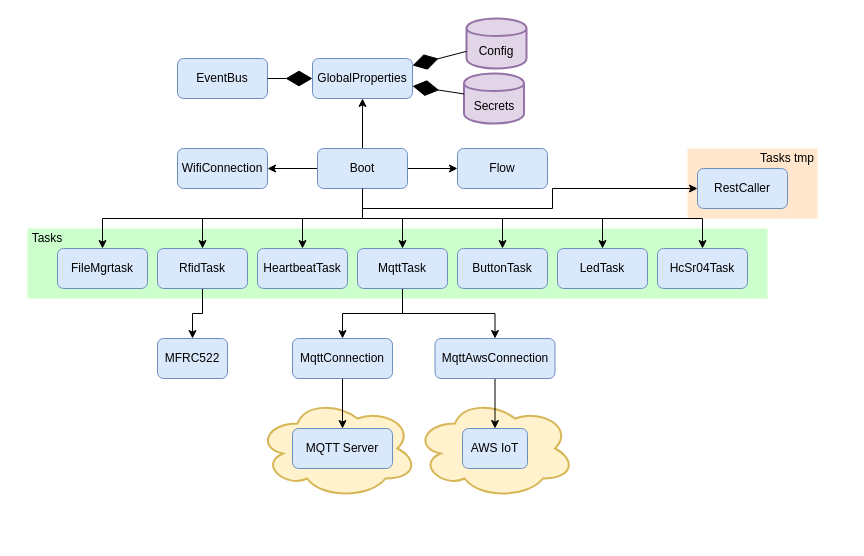
Before: docs/uml/overview.drawio in miman/esp32_util, a draw.io diagram. Source tidied: cells renumbered, new cells numbered last; positions are measured from the earlier drawing's top-left corner, leaving out a move shared by most shapes. Both pictures are drawn from the tidied source at 100%, with x=0, y=0 at pixel (27, 18).
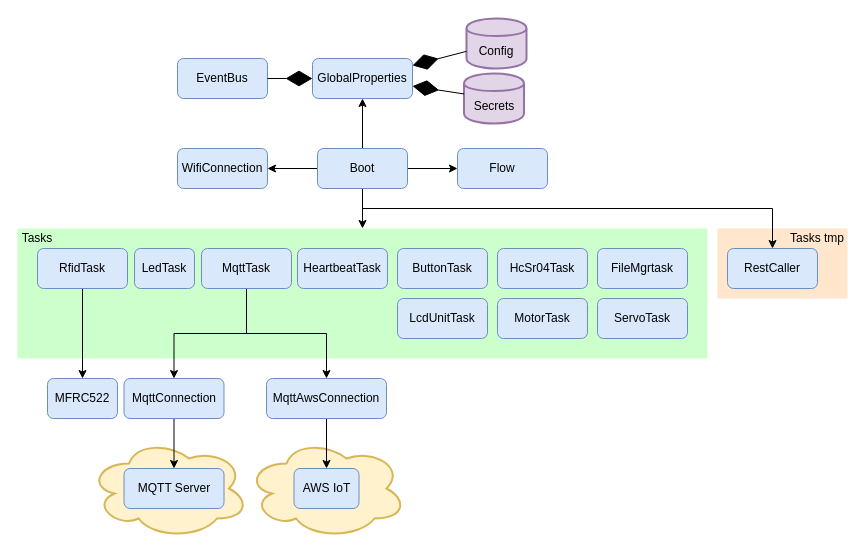
The same diagram, later.

Unchanged cells that the change refers to:
```xml
<mxCell id="18" value="Boot" style="rounded=1;whiteSpace=wrap;html=1;fillColor=#dae8fc;strokeColor=#6c8ebf;" parent="1" vertex="1">
  <mxGeometry x="290" y="130" width="90" height="40" as="geometry" />
</mxCell>
```

The edit, as a diff of the source:
```diff
@@
     <mxCell id="2" style="rounded=0;whiteSpace=wrap;html=1;strokeColor=none;strokeWidth=2;fillColor=#ffe6cc;" parent="1" vertex="1">
-      <mxGeometry x="660" y="130" width="130" height="70" as="geometry" />
+      <mxGeometry x="690" y="210" width="130" height="70" as="geometry" />
     </mxCell>
     <mxCell id="3" style="ellipse;shape=cloud;whiteSpace=wrap;html=1;strokeColor=#d6b656;strokeWidth=2;fillColor=#fff2cc;" parent="1" vertex="1">
-      <mxGeometry x="387.5" y="380" width="160" height="100" as="geometry" />
+      <mxGeometry x="219" y="420" width="160" height="100" as="geometry" />
     </mxCell>
     <mxCell id="4" style="ellipse;shape=cloud;whiteSpace=wrap;html=1;strokeColor=#d6b656;strokeWidth=2;fillColor=#fff2cc;" parent="1" vertex="1">
-      <mxGeometry x="230" y="380" width="160" height="100" as="geometry" />
+      <mxGeometry x="61.5" y="420" width="160" height="100" as="geometry" />
     </mxCell>
     <mxCell id="5" style="rounded=0;whiteSpace=wrap;html=1;strokeColor=none;strokeWidth=2;fillColor=#CCFFCC;" parent="1" vertex="1">
-      <mxGeometry y="210" width="740" height="70" as="geometry" />
+      <mxGeometry x="-10" y="210" width="690" height="130" as="geometry" />
     </mxCell>
@@
-    <mxCell id="11" style="edgeStyle=orthogonalEdgeStyle;rounded=0;jettySize=auto;html=1;entryX=0.5;entryY=0;entryDx=0;entryDy=0;" parent="1" edge="1" source="18" target="22">
-      <mxGeometry relative="1" as="geometry" />
-    </mxCell>
-    <mxCell id="12" style="edgeStyle=orthogonalEdgeStyle;rounded=0;jettySize=auto;html=1;exitX=0.5;exitY=1;exitDx=0;exitDy=0;" parent="1" edge="1" source="18" target="28">
-      <mxGeometry relative="1" as="geometry" />
-    </mxCell>
-    <mxCell id="13" style="edgeStyle=orthogonalEdgeStyle;rounded=0;jettySize=auto;html=1;exitX=0.5;exitY=1;exitDx=0;exitDy=0;" parent="1" edge="1" source="18" target="29">
-      <mxGeometry relative="1" as="geometry" />
-    </mxCell>
-    <mxCell id="14" style="edgeStyle=orthogonalEdgeStyle;rounded=0;jettySize=auto;html=1;exitX=0.5;exitY=1;exitDx=0;exitDy=0;" parent="1" edge="1" source="18" target="25">
+    <mxCell id="14" style="edgeStyle=orthogonalEdgeStyle;rounded=0;jettySize=auto;html=1;exitX=0.5;exitY=1;exitDx=0;exitDy=0;" parent="1" edge="1" source="18" target="5">
       <mxGeometry relative="1" as="geometry" />
     </mxCell>
-    <mxCell id="15" style="edgeStyle=orthogonalEdgeStyle;rounded=0;jettySize=auto;html=1;exitX=0.5;exitY=1;exitDx=0;exitDy=0;" parent="1" edge="1" source="18" target="27">
-      <mxGeometry relative="1" as="geometry" />
-    </mxCell>
-    <mxCell id="16" style="edgeStyle=orthogonalEdgeStyle;rounded=0;jettySize=auto;html=1;exitX=0.5;exitY=1;exitDx=0;exitDy=0;" parent="1" edge="1" source="18" target="30">
-      <mxGeometry relative="1" as="geometry" />
-    </mxCell>
     <mxCell id="17" style="edgeStyle=orthogonalEdgeStyle;rounded=0;jettySize=auto;html=1;exitX=0.5;exitY=1;exitDx=0;exitDy=0;" parent="1" edge="1" source="18" target="38">
-      <mxGeometry relative="1" as="geometry" />
+      <mxGeometry relative="1" as="geometry">
+        <Array as="points">
+          <mxPoint x="335" y="190" />
+          <mxPoint x="745" y="190" />
+        </Array>
+      </mxGeometry>
     </mxCell>
@@
     <mxCell id="22" value="HeartbeatTask" style="rounded=1;whiteSpace=wrap;html=1;fillColor=#dae8fc;strokeColor=#6c8ebf;" parent="1" vertex="1">
-      <mxGeometry x="230" y="230" width="90" height="40" as="geometry" />
+      <mxGeometry x="270" y="230" width="90" height="40" as="geometry" />
     </mxCell>
@@
     <mxCell id="25" value="MqttTask" style="rounded=1;whiteSpace=wrap;html=1;fillColor=#dae8fc;strokeColor=#6c8ebf;" parent="1" vertex="1">
-      <mxGeometry x="330" y="230" width="90" height="40" as="geometry" />
+      <mxGeometry x="174" y="230" width="90" height="40" as="geometry" />
     </mxCell>
@@
     <mxCell id="27" value="RfidTask" style="rounded=1;whiteSpace=wrap;html=1;fillColor=#dae8fc;strokeColor=#6c8ebf;" parent="1" vertex="1">
-      <mxGeometry x="130" y="230" width="90" height="40" as="geometry" />
+      <mxGeometry x="10" y="230" width="90" height="40" as="geometry" />
     </mxCell>
     <mxCell id="28" value="ButtonTask" style="rounded=1;whiteSpace=wrap;html=1;fillColor=#dae8fc;strokeColor=#6c8ebf;" parent="1" vertex="1">
-      <mxGeometry x="430" y="230" width="90" height="40" as="geometry" />
+      <mxGeometry x="370" y="230" width="90" height="40" as="geometry" />
     </mxCell>
     <mxCell id="29" value="LedTask" style="rounded=1;whiteSpace=wrap;html=1;fillColor=#dae8fc;strokeColor=#6c8ebf;" parent="1" vertex="1">
-      <mxGeometry x="530" y="230" width="90" height="40" as="geometry" />
+      <mxGeometry x="107" y="230" width="60" height="40" as="geometry" />
     </mxCell>
     <mxCell id="30" value="FileMgrtask" style="rounded=1;whiteSpace=wrap;html=1;fillColor=#dae8fc;strokeColor=#6c8ebf;" parent="1" vertex="1">
-      <mxGeometry x="30" y="230" width="90" height="40" as="geometry" />
+      <mxGeometry x="570" y="230" width="90" height="40" as="geometry" />
     </mxCell>
     <mxCell id="31" value="MFRC522" style="rounded=1;whiteSpace=wrap;html=1;fillColor=#dae8fc;strokeColor=#6c8ebf;" parent="1" vertex="1">
-      <mxGeometry x="130" y="320" width="70" height="40" as="geometry" />
+      <mxGeometry x="20" y="360" width="70" height="40" as="geometry" />
     </mxCell>
@@
     <mxCell id="33" value="MqttConnection" style="rounded=1;whiteSpace=wrap;html=1;fillColor=#dae8fc;strokeColor=#6c8ebf;" parent="1" vertex="1">
-      <mxGeometry x="265" y="320" width="100" height="40" as="geometry" />
+      <mxGeometry x="96.5" y="360" width="100" height="40" as="geometry" />
     </mxCell>
@@
     <mxCell id="35" value="MqttAwsConnection" style="rounded=1;whiteSpace=wrap;html=1;fillColor=#dae8fc;strokeColor=#6c8ebf;" parent="1" vertex="1">
-      <mxGeometry x="407.5" y="320" width="120" height="40" as="geometry" />
+      <mxGeometry x="239" y="360" width="120" height="40" as="geometry" />
     </mxCell>
     <mxCell id="36" value="MQTT Server" style="rounded=1;whiteSpace=wrap;html=1;fillColor=#dae8fc;strokeColor=#6c8ebf;" parent="1" vertex="1">
-      <mxGeometry x="265" y="410" width="100" height="40" as="geometry" />
+      <mxGeometry x="96.5" y="450" width="100" height="40" as="geometry" />
     </mxCell>
     <mxCell id="37" value="AWS IoT" style="rounded=1;whiteSpace=wrap;html=1;fillColor=#dae8fc;strokeColor=#6c8ebf;" parent="1" vertex="1">
-      <mxGeometry x="435" y="410" width="65" height="40" as="geometry" />
+      <mxGeometry x="266.5" y="450" width="65" height="40" as="geometry" />
     </mxCell>
     <mxCell id="38" value="RestCaller" style="rounded=1;whiteSpace=wrap;html=1;fillColor=#dae8fc;strokeColor=#6c8ebf;" parent="1" vertex="1">
-      <mxGeometry x="670" y="150" width="90" height="40" as="geometry" />
+      <mxGeometry x="700" y="230" width="90" height="40" as="geometry" />
     </mxCell>
@@
     <mxCell id="43" value="Tasks" style="text;html=1;strokeColor=none;fillColor=none;align=center;verticalAlign=middle;whiteSpace=wrap;rounded=0;" parent="1" vertex="1">
-      <mxGeometry y="210" width="40" height="20" as="geometry" />
+      <mxGeometry x="-10" y="210" width="40" height="20" as="geometry" />
     </mxCell>
     <mxCell id="44" value="Tasks tmp" style="text;html=1;strokeColor=none;fillColor=none;align=center;verticalAlign=middle;whiteSpace=wrap;rounded=0;" parent="1" vertex="1">
-      <mxGeometry x="730" y="130" width="60" height="20" as="geometry" />
+      <mxGeometry x="760" y="210" width="60" height="20" as="geometry" />
     </mxCell>
     <mxCell id="45" value="HcSr04Task" style="rounded=1;whiteSpace=wrap;html=1;fillColor=#dae8fc;strokeColor=#6c8ebf;" parent="1" vertex="1">
-      <mxGeometry x="630" y="230" width="90" height="40" as="geometry" />
+      <mxGeometry x="470" y="230" width="90" height="40" as="geometry" />
     </mxCell>
-    <mxCell id="46" style="edgeStyle=orthogonalEdgeStyle;rounded=0;jettySize=auto;html=1;exitX=0.5;exitY=1;exitDx=0;exitDy=0;" parent="1" edge="1" source="18" target="45">
-      <mxGeometry relative="1" as="geometry" />
+    <mxCell id="46" value="LcdUnitTask" style="rounded=1;whiteSpace=wrap;html=1;fillColor=#dae8fc;strokeColor=#6c8ebf;" parent="1" vertex="1">
+      <mxGeometry x="370" y="280" width="90" height="40" as="geometry" />
     </mxCell>
+    <mxCell id="47" value="MotorTask" style="rounded=1;whiteSpace=wrap;html=1;fillColor=#dae8fc;strokeColor=#6c8ebf;" parent="1" vertex="1">
+      <mxGeometry x="470" y="280" width="90" height="40" as="geometry" />
+    </mxCell>
+    <mxCell id="48" value="ServoTask" style="rounded=1;whiteSpace=wrap;html=1;fillColor=#dae8fc;strokeColor=#6c8ebf;" parent="1" vertex="1">
+      <mxGeometry x="570" y="280" width="90" height="40" as="geometry" />
+    </mxCell>
```
